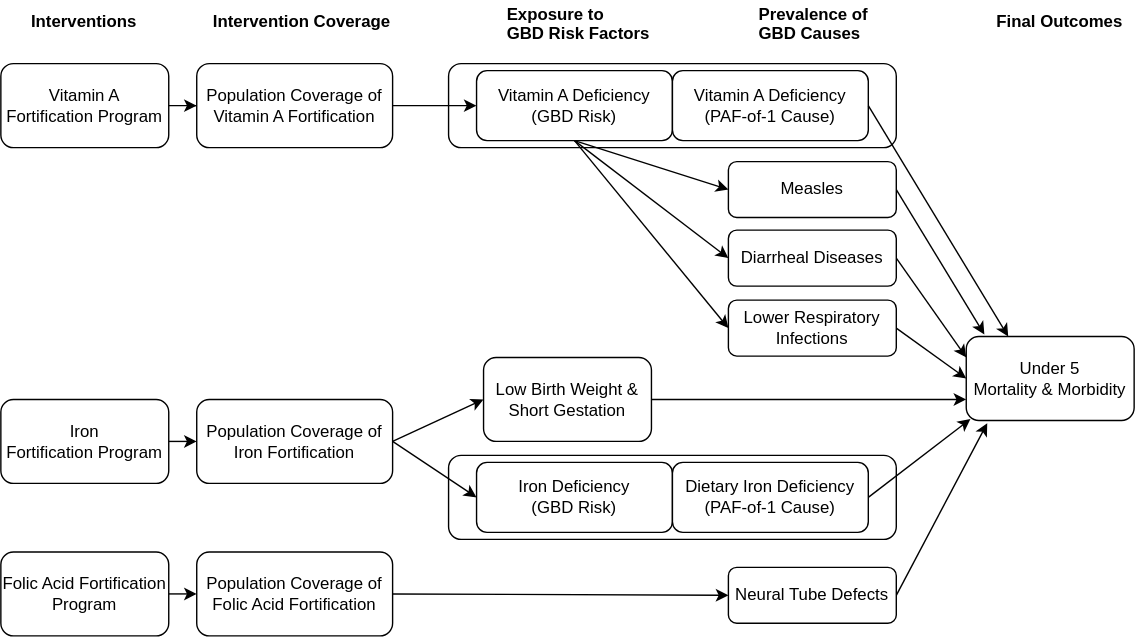
Earlier version of the draw.io export docs/source/gbd2017_models/concept_models/vivarium_conic_lsff/lsff_concept_model_diagram.svg (ihmeuw/vivarium_research). Source tidied: cells renumbered, new cells last; positions are measured from the earlier drawing's top-left corner, leaving out a move shared by most shapes.
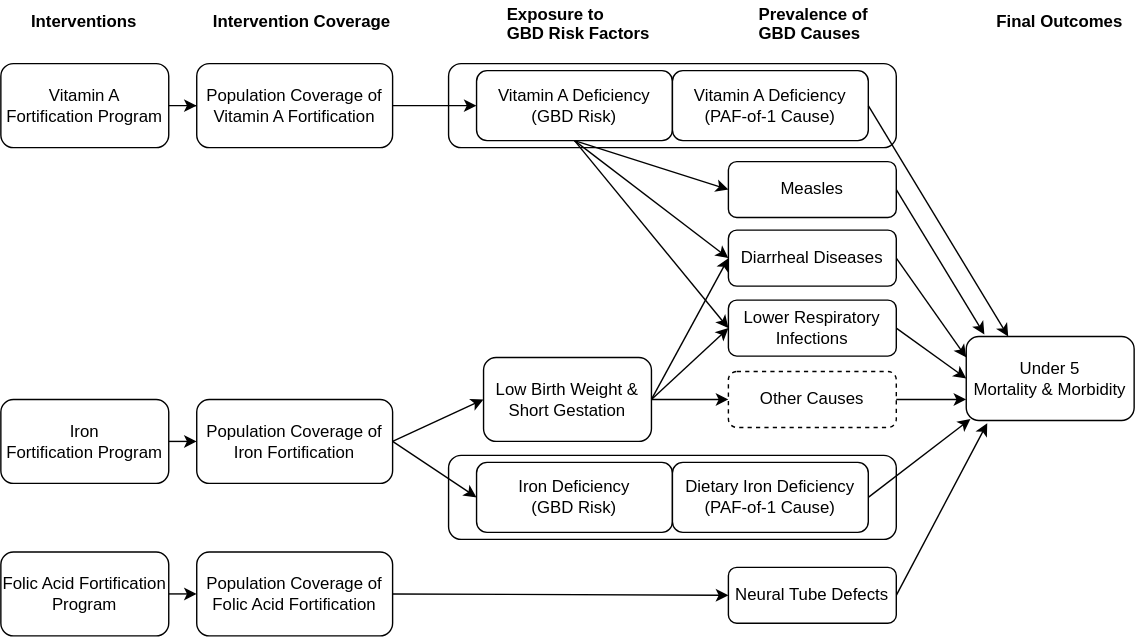
Later version of the same file.

Commit message:
update concept model diagram to reflect LBWSG update

Change to the diagram source:
```diff
@@ -20,7 +20,7 @@
     <mxCell id="7" value="Low Birth Weight &amp;amp; Short Gestation" style="rounded=1;whiteSpace=wrap;html=1;" parent="1" vertex="1">
       <mxGeometry x="345" y="255" width="120" height="60" as="geometry" />
     </mxCell>
-    <mxCell id="8" style="rounded=0;jettySize=auto;html=1;exitX=1;exitY=0.5;exitDx=0;exitDy=0;entryX=0;entryY=0.75;entryDx=0;entryDy=0;" parent="1" edge="1" source="7" target="9">
+    <mxCell id="8" style="rounded=0;jettySize=auto;html=1;exitX=1;exitY=0.5;exitDx=0;exitDy=0;" parent="1" edge="1" source="7" target="49">
       <mxGeometry relative="1" as="geometry" />
     </mxCell>
     <mxCell id="9" value="Under 5&lt;br&gt;Mortality &amp;amp; Morbidity" style="rounded=1;whiteSpace=wrap;html=1;glass=0;align=center;" parent="1" vertex="1">
@@ -143,5 +143,23 @@
     <mxCell id="48" style="edgeStyle=none;rounded=0;jettySize=auto;html=1;exitX=1;exitY=0.5;exitDx=0;exitDy=0;entryX=0;entryY=0.5;entryDx=0;entryDy=0;" parent="1" edge="1" source="17" target="36">
       <mxGeometry relative="1" as="geometry" />
     </mxCell>
+    <mxCell id="49" value="Other Causes" style="rounded=1;whiteSpace=wrap;html=1;dashed=1;" parent="1" vertex="1">
+      <mxGeometry x="520" y="265" width="120" height="40" as="geometry" />
+    </mxCell>
+    <mxCell id="50" style="endArrow=classic;html=1;entryX=0;entryY=0.75;entryDx=0;entryDy=0;" parent="1" edge="1" target="9">
+      <mxGeometry relative="1" as="geometry">
+        <mxPoint x="640" y="285" as="sourcePoint" />
+      </mxGeometry>
+    </mxCell>
+    <mxCell id="51" style="endArrow=classic;html=1;entryX=0;entryY=0.5;entryDx=0;entryDy=0;" parent="1" edge="1" target="31">
+      <mxGeometry relative="1" as="geometry">
+        <mxPoint x="465" y="285" as="sourcePoint" />
+      </mxGeometry>
+    </mxCell>
+    <mxCell id="52" style="endArrow=classic;html=1;entryX=0;entryY=0.5;entryDx=0;entryDy=0;" parent="1" edge="1" target="33">
+      <mxGeometry relative="1" as="geometry">
+        <mxPoint x="465" y="285" as="sourcePoint" />
+      </mxGeometry>
+    </mxCell>
   </root>
 </mxGraphModel>
```
